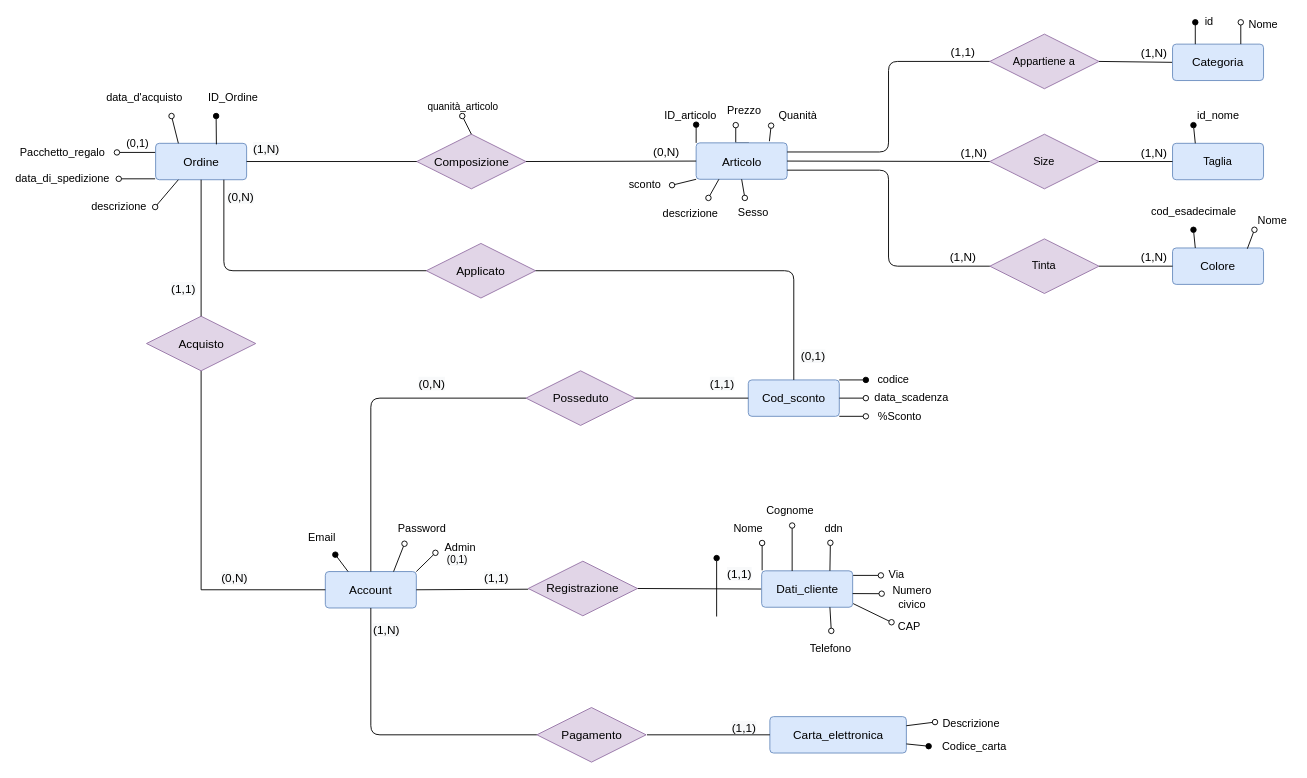
Above: Database/Modello concettuale/modello concettuale.drawio in Alberto-00/Toj (draw.io), before the change. Source tidied: cells renumbered, new cells numbered last; positions are measured from the earlier drawing's top-left corner, leaving out a move shared by most shapes. Both pictures are drawn from the tidied source at 91%, with x=0, y=0 at pixel (116, 15).
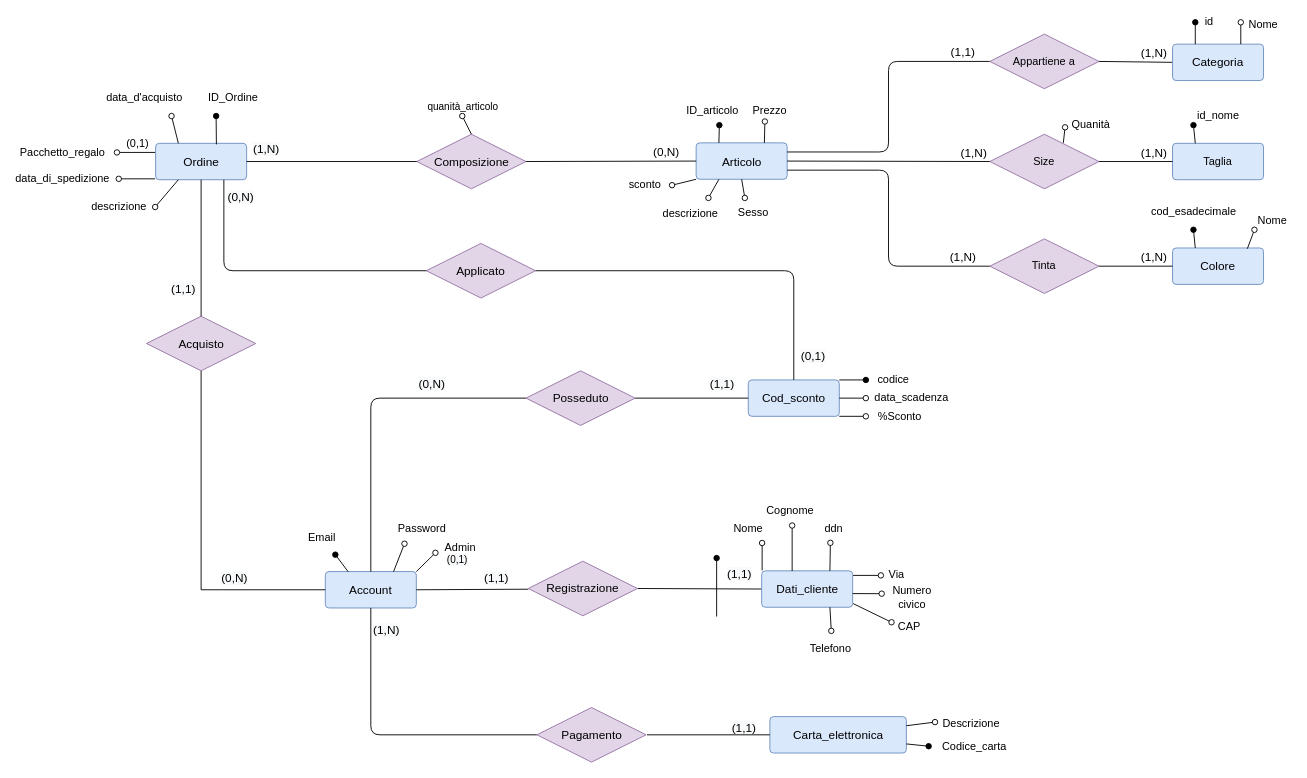
Above is the later version.

The change refers to these unchanged cells:
```xml
<mxCell id="4" value="&lt;font style=&quot;font-size: 13px&quot;&gt;Articolo&lt;/font&gt;" style="rounded=1;arcSize=10;whiteSpace=wrap;html=1;align=center;fillColor=#dae8fc;strokeColor=#6c8ebf;" parent="1" vertex="1">
  <mxGeometry x="636.5" y="139.5" width="100" height="40" as="geometry" />
</mxCell>
```

The edit, as a diff of the source:
```diff
@@
-    <mxCell id="2" style="edgeStyle=orthogonalEdgeStyle;rounded=0;jettySize=auto;html=1;exitX=0;exitY=0;exitDx=0;exitDy=0;endArrow=oval;endFill=1;startArrow=none;startFill=0;" parent="1" edge="1" source="4">
-      <mxGeometry x="1" y="70" relative="1" as="geometry">
-        <mxPoint x="636.5" y="119.5" as="targetPoint" />
-        <mxPoint x="3" y="-20" as="offset" />
-      </mxGeometry>
-    </mxCell>
-    <mxCell id="3" style="edgeStyle=orthogonalEdgeStyle;rounded=0;orthogonalLoop=1;jettySize=auto;html=1;exitX=0.5;exitY=0;exitDx=0;exitDy=0;startArrow=none;startFill=0;endArrow=oval;endFill=0;" parent="1" edge="1">
-      <mxGeometry x="1" y="-25" relative="1" as="geometry">
-        <mxPoint x="694.5" y="139.5" as="sourcePoint" />
-        <mxPoint x="680" y="120" as="targetPoint" />
-        <mxPoint x="-10" y="-19" as="offset" />
-      </mxGeometry>
-    </mxCell>
@@
-    <mxCell id="55" style="endArrow=oval;html=1;startArrow=none;startFill=0;endFill=0;exitX=0.805;exitY=-0.045;exitDx=0;exitDy=0;exitPerimeter=0;entryX=0.023;entryY=1.029;entryDx=0;entryDy=0;entryPerimeter=0;" parent="1" edge="1" source="4" target="56">
-      <mxGeometry relative="1" as="geometry" />
+    <mxCell id="55" style="endArrow=oval;html=1;startArrow=none;startFill=0;endFill=0;exitX=0.805;exitY=-0.045;exitDx=0;exitDy=0;exitPerimeter=0;entryX=0.023;entryY=1.029;entryDx=0;entryDy=0;entryPerimeter=0;" parent="1" edge="1">
+      <mxGeometry relative="1" as="geometry">
+        <mxPoint x="1040" y="139.5" as="sourcePoint" />
+        <mxPoint x="1041.9" y="122.4" as="targetPoint" />
+      </mxGeometry>
     </mxCell>
-    <mxCell id="56" value="Quanità" style="text;html=1;align=center;verticalAlign=middle;points=[];" parent="1" vertex="1">
-      <mxGeometry x="717.5" y="100" width="60" height="20" as="geometry" />
-    </mxCell>
@@
-    <mxCell id="60" value="ID_articolo" style="text;html=1;align=center;verticalAlign=middle;" parent="1" vertex="1">
-      <mxGeometry x="595" y="100" width="70" height="20" as="geometry" />
-    </mxCell>
     <mxCell id="61" value="&lt;span style=&quot;color: rgb(0, 0, 0); font-family: helvetica; font-size: 12px; font-style: normal; font-weight: 400; letter-spacing: normal; text-align: center; text-indent: 0px; text-transform: none; word-spacing: 0px; background-color: rgb(255, 255, 255); display: inline; float: none;&quot;&gt;Prezzo&lt;/span&gt;" style="text;whiteSpace=wrap;html=1;" parent="1" vertex="1">
-      <mxGeometry x="669" y="90" width="40" height="20" as="geometry" />
+      <mxGeometry x="696.5" y="90" width="40" height="20" as="geometry" />
     </mxCell>
@@
+    <mxCell id="56" value="Quanità" style="text;html=1;align=center;verticalAlign=middle;points=[];" parent="1" vertex="1">
+      <mxGeometry x="1040" y="110" width="60" height="20" as="geometry" />
+    </mxCell>
+    <mxCell id="110" style="endArrow=none;html=1;entryX=0.75;entryY=0;entryDx=0;entryDy=0;startArrow=oval;startFill=0;" parent="1" edge="1" target="4">
+      <mxGeometry relative="1" as="geometry">
+        <mxPoint x="712" y="116" as="sourcePoint" />
+      </mxGeometry>
+    </mxCell>
+    <mxCell id="111" style="endArrow=none;html=1;entryX=0.25;entryY=0;entryDx=0;entryDy=0;startArrow=oval;startFill=1;" parent="1" edge="1" target="4">
+      <mxGeometry relative="1" as="geometry">
+        <mxPoint x="662" y="120" as="sourcePoint" />
+      </mxGeometry>
+    </mxCell>
+    <mxCell id="60" value="ID_articolo" style="text;whiteSpace=wrap;html=1;" parent="1" vertex="1">
+      <mxGeometry x="624" y="90" width="60" height="30" as="geometry" />
+    </mxCell>
```
